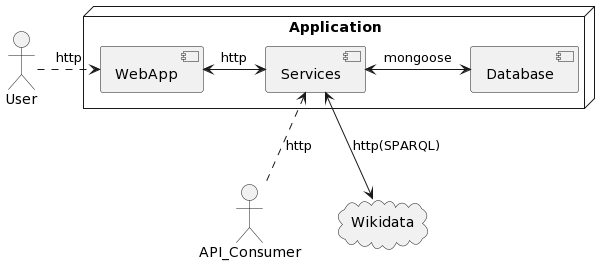
Earlier version of the PlantUML export docs/images/03_technical_context.png (Arquisoft/wiq_en3b).
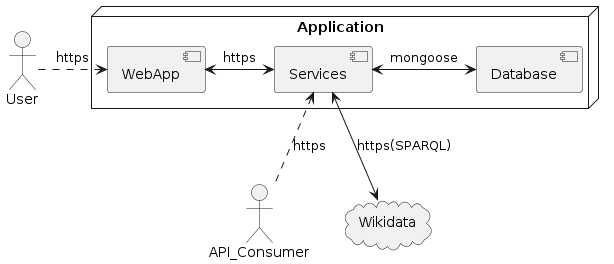
After the commit.

Diff of the diagram source:
```diff
@@ -10,9 +10,9 @@
 
 cloud  Wikidata
 
-User .right.> WebApp : http
-API_Consumer .up.>Services : http
-WebApp <-> Services : http
+User .right.> WebApp : https
+API_Consumer .up.>Services : https
+WebApp <-> Services : https
 Services <-> Database : mongoose
-Services <--> Wikidata : http(SPARQL)
+Services <--> Wikidata : https(SPARQL)
 @enduml
```
